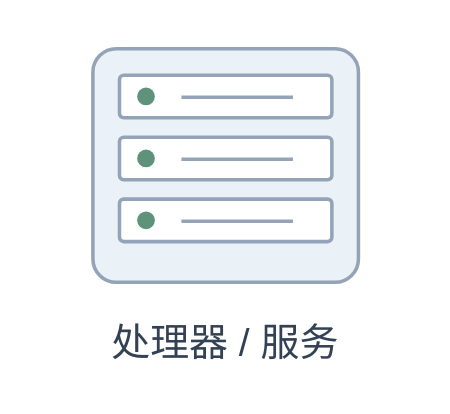
henry867/drawio-visuals-skill keeps this draw.io diagram as assets/components/worker.drawio. Above is the earlier version. Source tidied: cells renumbered, new cells numbered last; positions are measured from the earlier drawing's top-left corner, leaving out a move shared by most shapes. Both pictures are drawn from the tidied source at 177%, with x=0, y=0 at pixel (30, 30).
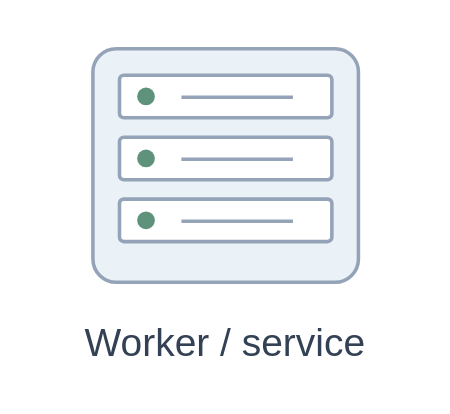
The same diagram, later.

Change to the diagram source:
```diff
@@
 <mxGraphModel background="#FFFFFF">
   <root>
     <mxCell id="0" />
     <mxCell id="1" parent="0" />
     <mxCell id="2" style="group;" parent="1" vertex="1">
       <mxGeometry width="220" height="200" as="geometry" />
     </mxCell>
     <mxCell id="3" style="html=1;whiteSpace=wrap;fontFamily=Helvetica;fontSize=20;fontColor=#334155;rounded=1;arcSize=10;fillColor=#EBF2F7;strokeColor=#94A3B8;strokeWidth=2;" parent="2" vertex="1">
       <mxGeometry x="35" y="10" width="150" height="132" as="geometry" />
     </mxCell>
     <mxCell id="4" style="html=1;whiteSpace=wrap;fontFamily=Helvetica;fontSize=20;fontColor=#334155;rounded=1;arcSize=10;fillColor=#FFFFFF;strokeColor=#94A3B8;strokeWidth=2;" parent="3" vertex="1">
       <mxGeometry x="15" y="15" width="120" height="24" as="geometry" />
     </mxCell>
     <mxCell id="5" style="html=1;whiteSpace=wrap;fontFamily=Helvetica;fontSize=20;fontColor=#334155;ellipse;fillColor=#5F927B;strokeColor=none;" parent="4" vertex="1">
       <mxGeometry x="10" y="7" width="10" height="10" as="geometry" />
     </mxCell>
     <mxCell id="6" style="html=1;whiteSpace=wrap;fontFamily=Helvetica;fontSize=20;fontColor=#334155;shape=line;strokeColor=#94A3B8;strokeWidth=2;" parent="4" vertex="1">
       <mxGeometry x="35" y="12" width="63" height="1" as="geometry" />
     </mxCell>
     <mxCell id="7" style="html=1;whiteSpace=wrap;fontFamily=Helvetica;fontSize=20;fontColor=#334155;rounded=1;arcSize=10;fillColor=#FFFFFF;strokeColor=#94A3B8;strokeWidth=2;" parent="3" vertex="1">
       <mxGeometry x="15" y="50" width="120" height="24" as="geometry" />
     </mxCell>
     <mxCell id="8" style="html=1;whiteSpace=wrap;fontFamily=Helvetica;fontSize=20;fontColor=#334155;ellipse;fillColor=#5F927B;strokeColor=none;" parent="7" vertex="1">
       <mxGeometry x="10" y="7" width="10" height="10" as="geometry" />
     </mxCell>
     <mxCell id="9" style="html=1;whiteSpace=wrap;fontFamily=Helvetica;fontSize=20;fontColor=#334155;shape=line;strokeColor=#94A3B8;strokeWidth=2;" parent="7" vertex="1">
       <mxGeometry x="35" y="12" width="63" height="1" as="geometry" />
     </mxCell>
     <mxCell id="10" style="html=1;whiteSpace=wrap;fontFamily=Helvetica;fontSize=20;fontColor=#334155;rounded=1;arcSize=10;fillColor=#FFFFFF;strokeColor=#94A3B8;strokeWidth=2;" parent="3" vertex="1">
       <mxGeometry x="15" y="85" width="120" height="24" as="geometry" />
     </mxCell>
     <mxCell id="11" style="html=1;whiteSpace=wrap;fontFamily=Helvetica;fontSize=20;fontColor=#334155;ellipse;fillColor=#5F927B;strokeColor=none;" parent="10" vertex="1">
       <mxGeometry x="10" y="7" width="10" height="10" as="geometry" />
     </mxCell>
     <mxCell id="12" style="html=1;whiteSpace=wrap;fontFamily=Helvetica;fontSize=20;fontColor=#334155;shape=line;strokeColor=#94A3B8;strokeWidth=2;" parent="10" vertex="1">
       <mxGeometry x="35" y="12" width="63" height="1" as="geometry" />
     </mxCell>
-    <mxCell id="13" value="处理器 / 服务" style="html=1;whiteSpace=wrap;fontFamily=Helvetica;fontSize=20;fontColor=#334155;text;fillColor=none;strokeColor=none;align=center;verticalAlign=middle;fontSize=22;fontColor=#334155;" parent="2" vertex="1">
+    <mxCell id="13" value="Worker / service" style="html=1;whiteSpace=wrap;fontFamily=Helvetica;fontSize=20;fontColor=#334155;text;fillColor=none;strokeColor=none;align=center;verticalAlign=middle;fontSize=22;fontColor=#334155;" parent="2" vertex="1">
       <mxGeometry y="161" width="220" height="32" as="geometry" />
     </mxCell>
   </root>
 </mxGraphModel>
```
